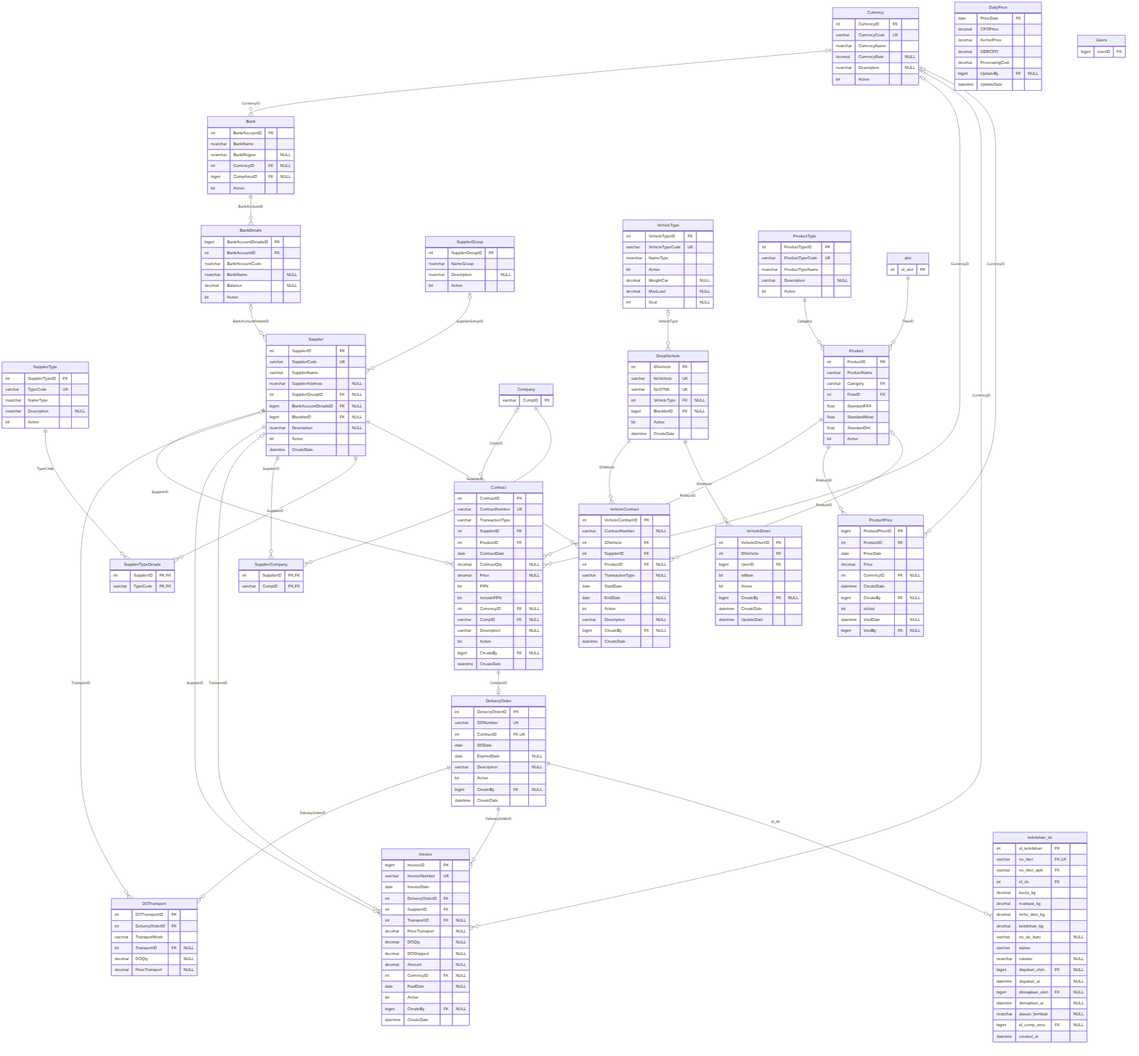
This is docs/erd/03_mitra_kontrak.png from aetheriin/timbangan_sawit_v2, a Mermaid export, as it was before one commit. Its source is kept beside it as docs/erd/03_mitra_kontrak.mmd.
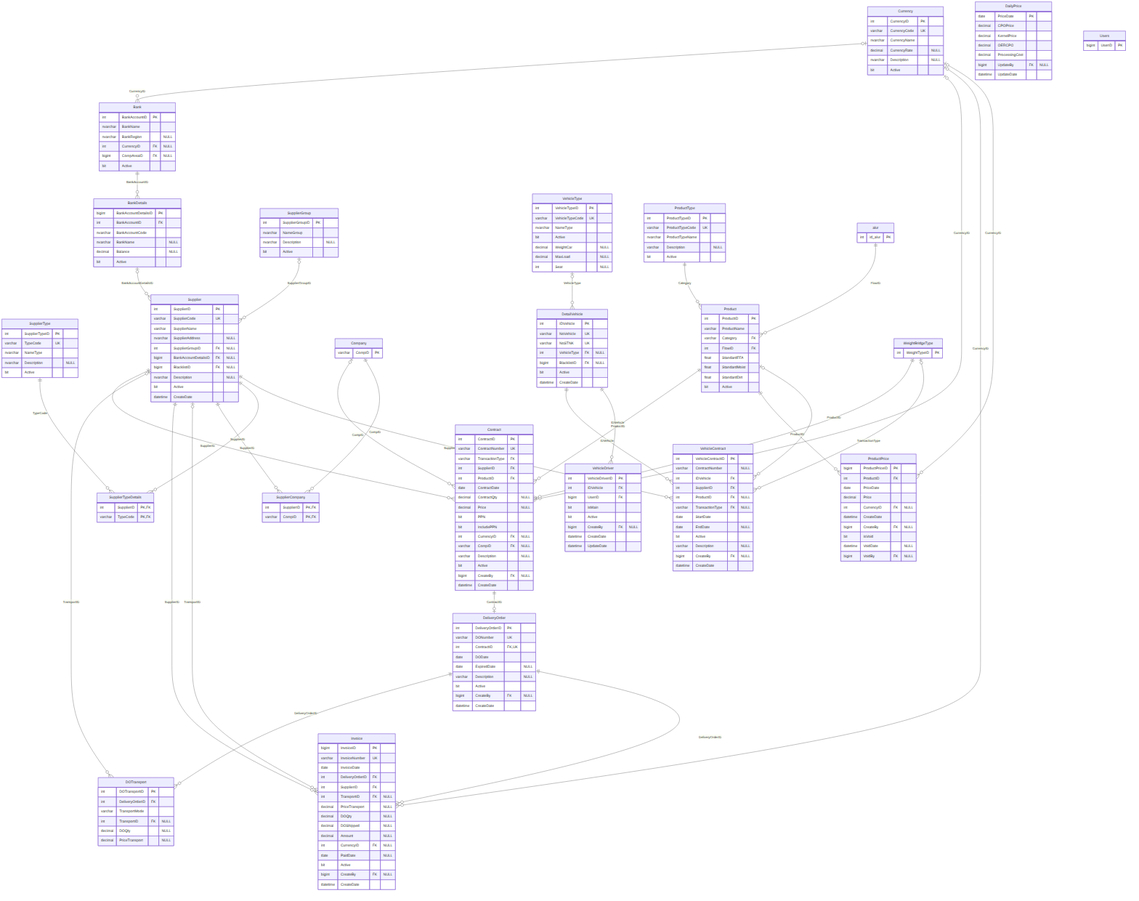
After the change.

What changed in the source:
```diff
@@ -93,7 +93,7 @@
         int IDVehicle FK
         int SupplierID FK
         int ProductID FK "NULL"
-        varchar TransactionType "NULL"
+        varchar TransactionType FK "NULL"
         date StartDate
         date EndDate "NULL"
         bit Active
@@ -142,7 +142,7 @@
     Contract {
         int ContractID PK
         varchar ContractNumber UK
-        varchar TransactionType
+        varchar TransactionType FK
         int SupplierID FK
         int ProductID FK
         date ContractDate
@@ -193,25 +193,8 @@
         bigint CreateBy FK "NULL"
         datetime CreateDate
     }
-    kelebihan_do {
-        int id_kelebihan PK
-        varchar no_tiket FK,UK
-        varchar no_tiket_split FK
-        int id_do FK
-        decimal kuota_kg
-        decimal realisasi_kg
-        decimal netto_tiket_kg
-        decimal kelebihan_kg
-        varchar no_do_baru "NULL"
-        varchar status
-        nvarchar catatan "NULL"
-        bigint diajukan_oleh FK "NULL"
-        datetime diajukan_at "NULL"
-        bigint ditetapkan_oleh FK "NULL"
-        datetime ditetapkan_at "NULL"
-        nvarchar alasan_kembali "NULL"
-        bigint id_comp_area FK "NULL"
-        datetime created_at
+    WeightBridgeType {
+        int WeightTypeID PK
     }
     alur {
         int id_alur PK
@@ -225,6 +208,7 @@
     Currency |o--o{ Contract : "CurrencyID"
     Product ||--o{ Contract : "ProductID"
     Supplier ||--o{ Contract : "SupplierID"
+    WeightBridgeType ||--o{ Contract : "TransactionType"
     Contract ||--o| DeliveryOrder : "ContractID"
     VehicleType |o--o{ DetailVehicle : "VehicleType"
     DeliveryOrder ||--o{ DOTransport : "DeliveryOrderID"
@@ -233,7 +217,6 @@
     DeliveryOrder ||--o{ Invoice : "DeliveryOrderID"
     Supplier ||--o{ Invoice : "SupplierID"
     Supplier |o--o{ Invoice : "TransportID"
-    DeliveryOrder ||--o{ kelebihan_do : "id_do"
     ProductType ||--o{ Product : "Category"
     alur ||--o{ Product : "FlowID"
     Currency |o--o{ ProductPrice : "CurrencyID"
@@ -247,4 +230,5 @@
     DetailVehicle ||--o{ VehicleContract : "IDVehicle"
     Product |o--o{ VehicleContract : "ProductID"
     Supplier ||--o{ VehicleContract : "SupplierID"
+    WeightBridgeType |o--o{ VehicleContract : "TransactionType"
     DetailVehicle ||--o{ VehicleDriver : "IDVehicle"
```
